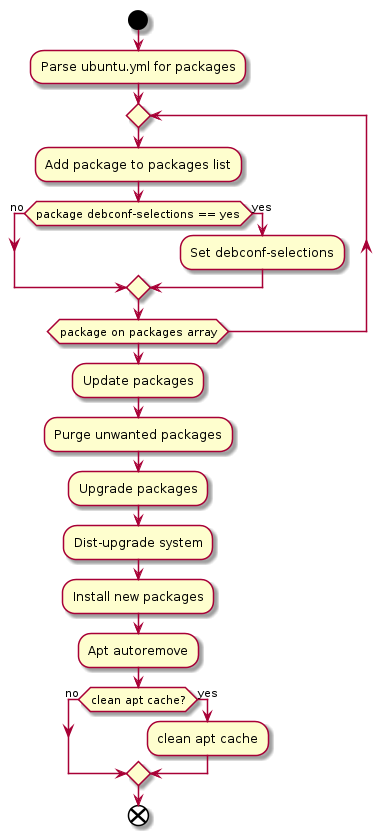
cslucr/ubuntu-ucr keeps this PlantUML diagram as docs/uml/packages.png. Above is the earlier version. The source it was exported from:
```plantuml
@startuml
start
:Parse ubuntu.yml for packages;
repeat
  :Add package to packages list;
  if (package debconf-selections == yes) then (no)
  else (yes)
    :Set debconf-selections;
  endif
repeat while (package on packages array)
:Update packages;
:Purge unwanted packages;
:Upgrade packages;
:Dist-upgrade system;
:Install new packages;
:Apt autoremove;
if (clean apt cache?) then (no)
else (yes)
  :clean apt cache;
endif
end
@enduml
```
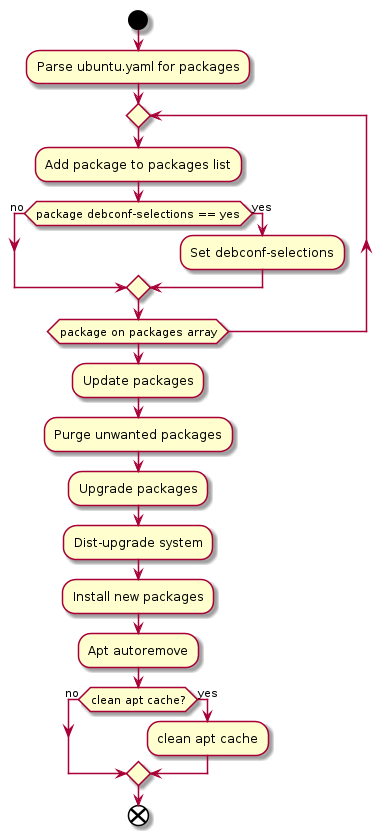
Above is the later version.

Commit message:
Changed from ubuntu.yml to ubuntu.yaml on UML diagrams

Change to the diagram source:
```diff
@@ -1,6 +1,6 @@
 @startuml
 start
-:Parse ubuntu.yml for packages;
+:Parse ubuntu.yaml for packages;
 repeat
   :Add package to packages list;
   if (package debconf-selections == yes) then (no)
```
